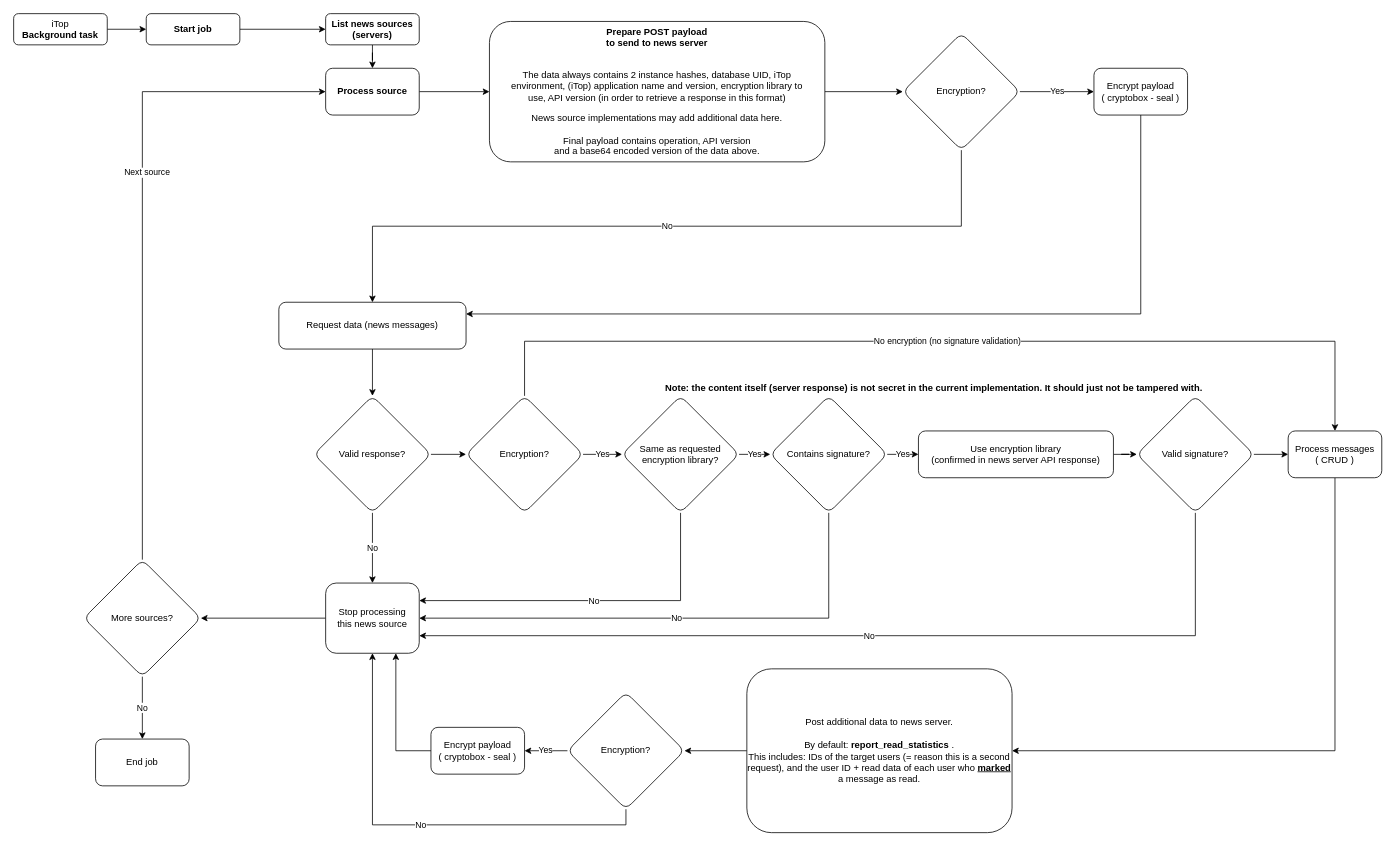
jbostoen/itop-jb-news keeps this draw.io diagram as page "Cron job" (2 of 3) of documentation/Diagram - background process.drawio. Above is the earlier version. Source tidied: cells renumbered, new cells numbered last; positions are measured from the earlier drawing's top-left corner, leaving out a move shared by most shapes. Both pictures are drawn from the tidied source at 78%, with x=0, y=0 at pixel (13, 13).
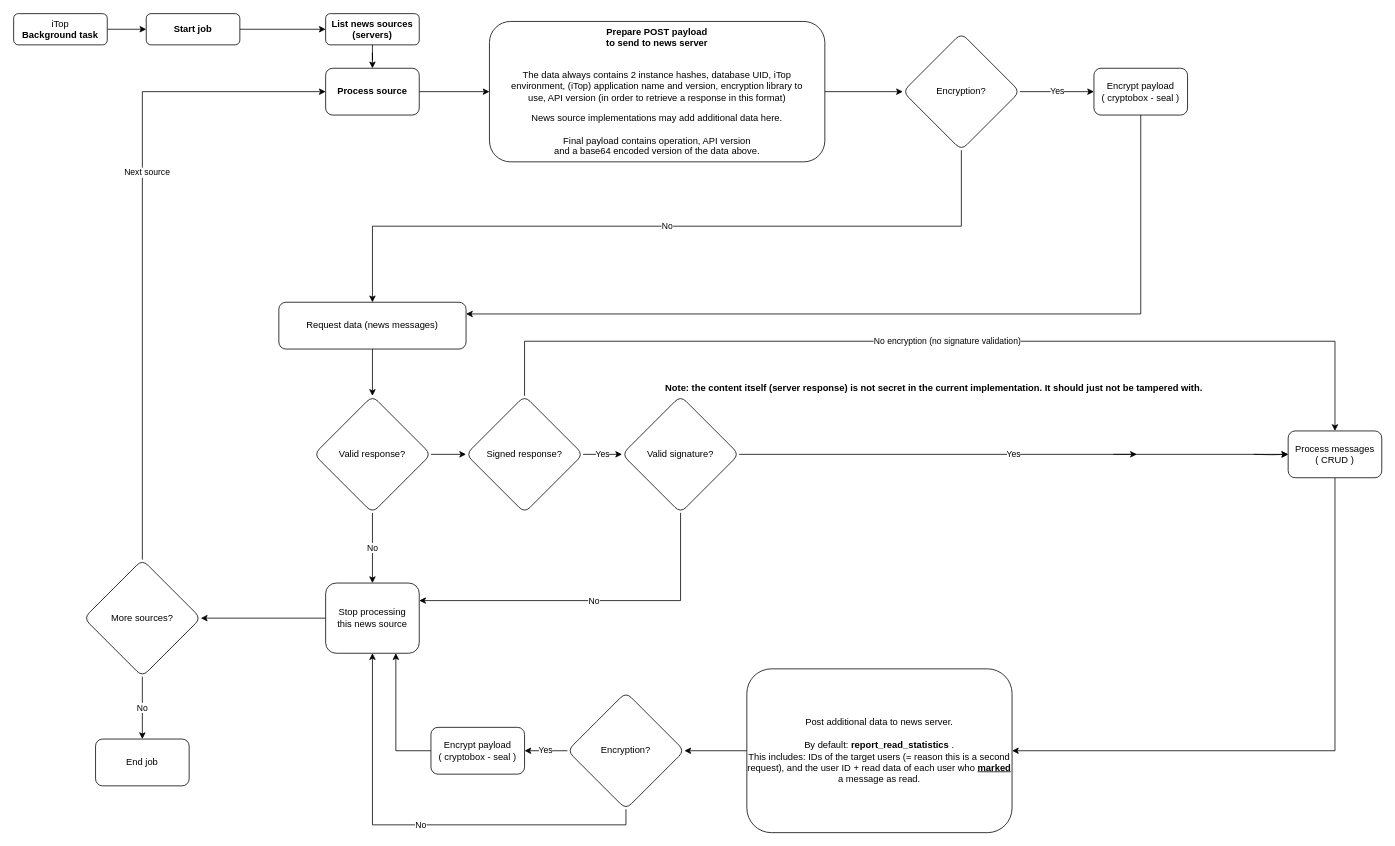
The same page after the edit.

The change refers to these unchanged cells:
```xml
<mxCell id="16" value="Stop processing&lt;br&gt;this news source" style="whiteSpace=wrap;html=1;rounded=1;glass=0;strokeWidth=1;shadow=0;" parent="1" vertex="1">
  <mxGeometry x="400" y="730" width="120" height="90" as="geometry" />
</mxCell>
<mxCell id="30" value="Process messages&lt;br&gt;( CRUD )" style="whiteSpace=wrap;html=1;rounded=1;glass=0;strokeWidth=1;shadow=0;" parent="1" vertex="1">
  <mxGeometry x="1634" y="535" width="120" height="60" as="geometry" />
</mxCell>
```

What changed in the source:
```diff
@@
-    <mxCell id="17" style="edgeStyle=orthogonalEdgeStyle;rounded=0;jettySize=auto;html=1;" parent="1" edge="1" source="18" target="27">
-      <mxGeometry relative="1" as="geometry" />
+    <mxCell id="17" style="edgeStyle=orthogonalEdgeStyle;rounded=0;orthogonalLoop=1;jettySize=auto;html=1;" parent="1" edge="1">
+      <mxGeometry relative="1" as="geometry">
+        <mxPoint x="1410" y="565" as="sourcePoint" />
+        <mxPoint x="1440" y="565" as="targetPoint" />
+      </mxGeometry>
     </mxCell>
-    <mxCell id="18" value="Use encryption library &lt;br&gt;(confirmed in news server API response)" style="whiteSpace=wrap;html=1;rounded=1;glass=0;strokeWidth=1;shadow=0;" parent="1" vertex="1">
-      <mxGeometry x="1160" y="535" width="250" height="60" as="geometry" />
-    </mxCell>
-    <mxCell id="19" value="Yes" style="edgeStyle=orthogonalEdgeStyle;rounded=0;jettySize=auto;html=1;" parent="1" edge="1" source="21" target="24">
+    <mxCell id="19" value="Yes" style="edgeStyle=orthogonalEdgeStyle;rounded=0;jettySize=auto;html=1;entryX=0;entryY=0.5;entryDx=0;entryDy=0;" parent="1" edge="1" source="21" target="30">
       <mxGeometry relative="1" as="geometry" />
     </mxCell>
@@
-    <mxCell id="21" value="Same as requested encryption library?" style="rhombus;whiteSpace=wrap;html=1;rounded=1;glass=0;strokeWidth=1;shadow=0;" parent="1" vertex="1">
+    <mxCell id="21" value="Valid signature?" style="rhombus;whiteSpace=wrap;html=1;rounded=1;glass=0;strokeWidth=1;shadow=0;" parent="1" vertex="1">
       <mxGeometry x="780" y="490" width="150" height="150" as="geometry" />
     </mxCell>
-    <mxCell id="22" value="Yes" style="edgeStyle=orthogonalEdgeStyle;rounded=0;jettySize=auto;html=1;" parent="1" edge="1" source="24" target="18">
-      <mxGeometry relative="1" as="geometry" />
-    </mxCell>
-    <mxCell id="23" value="No" style="edgeStyle=orthogonalEdgeStyle;rounded=0;jettySize=auto;html=1;exitX=0.5;exitY=1;exitDx=0;exitDy=0;entryX=1;entryY=0.5;entryDx=0;entryDy=0;" parent="1" edge="1" source="24" target="16">
-      <mxGeometry relative="1" as="geometry" />
-    </mxCell>
-    <mxCell id="24" value="Contains signature?" style="rhombus;whiteSpace=wrap;html=1;rounded=1;glass=0;strokeWidth=1;shadow=0;" parent="1" vertex="1">
-      <mxGeometry x="970" y="490" width="150" height="150" as="geometry" />
-    </mxCell>
-    <mxCell id="25" value="No" style="edgeStyle=orthogonalEdgeStyle;rounded=0;jettySize=auto;html=1;exitX=0.5;exitY=1;exitDx=0;exitDy=0;entryX=1;entryY=0.75;entryDx=0;entryDy=0;" parent="1" edge="1" source="27" target="16">
-      <mxGeometry relative="1" as="geometry" />
-    </mxCell>
-    <mxCell id="26" style="edgeStyle=orthogonalEdgeStyle;rounded=0;jettySize=auto;html=1;" parent="1" edge="1" source="27" target="30">
-      <mxGeometry relative="1" as="geometry" />
+    <mxCell id="26" style="edgeStyle=orthogonalEdgeStyle;rounded=0;jettySize=auto;html=1;" parent="1" edge="1" target="30">
+      <mxGeometry relative="1" as="geometry">
+        <mxPoint x="1590" y="565" as="sourcePoint" />
+      </mxGeometry>
     </mxCell>
-    <mxCell id="27" value="Valid signature?" style="rhombus;whiteSpace=wrap;html=1;rounded=1;glass=0;strokeWidth=1;shadow=0;" parent="1" vertex="1">
-      <mxGeometry x="1440" y="490" width="150" height="150" as="geometry" />
-    </mxCell>
@@
-    <mxCell id="33" value="Encryption?" style="rhombus;whiteSpace=wrap;html=1;rounded=1;glass=0;strokeWidth=1;shadow=0;" parent="1" vertex="1">
+    <mxCell id="33" value="Signed response?" style="rhombus;whiteSpace=wrap;html=1;rounded=1;glass=0;strokeWidth=1;shadow=0;" parent="1" vertex="1">
       <mxGeometry x="580" y="490" width="150" height="150" as="geometry" />
     </mxCell>
```
